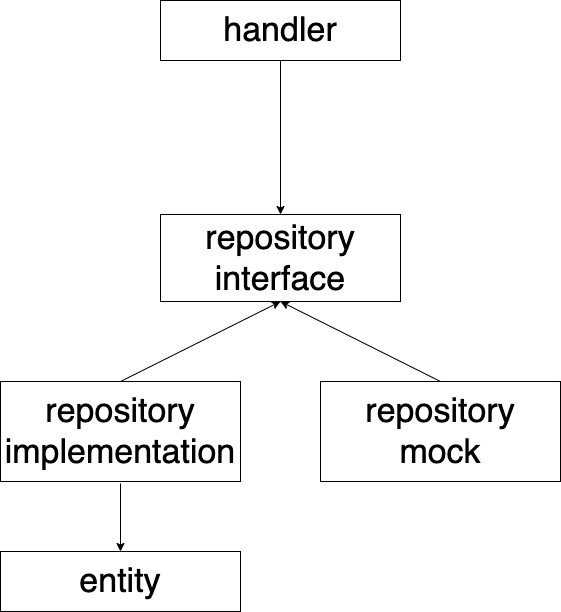
Above: img/add_interface.png in shinya-ml/geeksai-backend-study (draw.io), before the change. Source tidied: cells renumbered, new cells last; positions are measured from the earlier drawing's top-left corner, leaving out a move shared by most shapes.
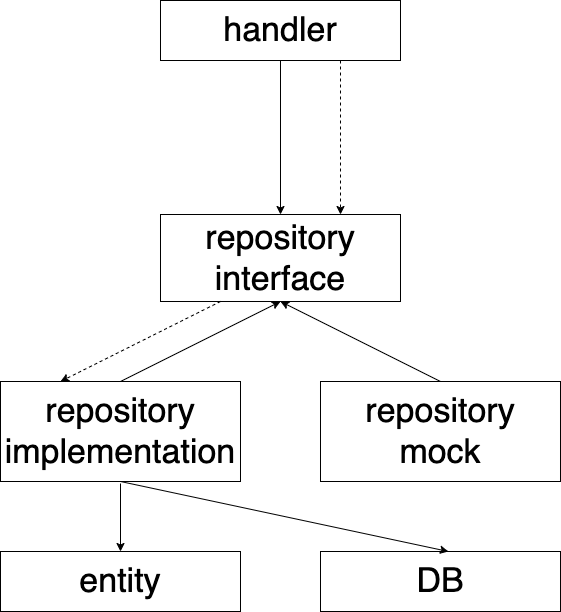
After the change.

Change to the diagram source:
```diff
@@ -31,5 +31,17 @@
     <mxCell id="10" style="endArrow=classic;html=1;exitX=0.5;exitY=0;exitDx=0;exitDy=0;entryX=0.5;entryY=1;entryDx=0;entryDy=0;" parent="1" edge="1" source="9" target="3">
       <mxGeometry relative="1" as="geometry" />
     </mxCell>
+    <mxCell id="11" value="&lt;span style=&quot;font-size: 34px&quot;&gt;DB&lt;/span&gt;" style="rounded=0;whiteSpace=wrap;html=1;" parent="1" vertex="1">
+      <mxGeometry x="320" y="551" width="240" height="60" as="geometry" />
+    </mxCell>
+    <mxCell id="12" style="endArrow=classic;html=1;exitX=0.5;exitY=1;exitDx=0;exitDy=0;entryX=0.533;entryY=0;entryDx=0;entryDy=0;entryPerimeter=0;" parent="1" edge="1" source="6" target="11">
+      <mxGeometry relative="1" as="geometry" />
+    </mxCell>
+    <mxCell id="13" style="endArrow=classic;html=1;exitX=0.75;exitY=1;exitDx=0;exitDy=0;entryX=0.75;entryY=0;entryDx=0;entryDy=0;dashed=1;" parent="1" edge="1" source="2" target="3">
+      <mxGeometry relative="1" as="geometry" />
+    </mxCell>
+    <mxCell id="14" style="endArrow=classic;html=1;dashed=1;exitX=0.25;exitY=1;exitDx=0;exitDy=0;entryX=0.25;entryY=0;entryDx=0;entryDy=0;" parent="1" edge="1" source="3" target="6">
+      <mxGeometry relative="1" as="geometry" />
+    </mxCell>
   </root>
 </mxGraphModel>
```
